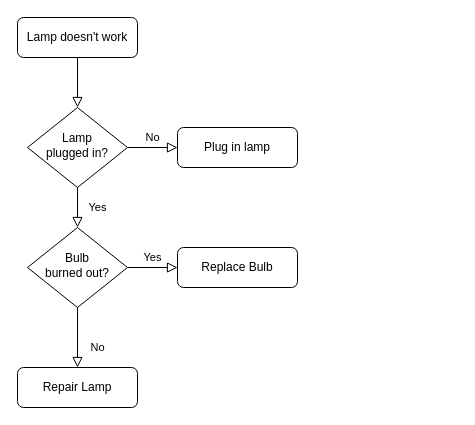
This is Untitled Diagram.drawio from JorgeCastillo3004/sports_extraction, a draw.io file, before an edit. Source tidied: cells renumbered, new cells numbered last; positions are measured from the earlier drawing's top-left corner, leaving out a move shared by most shapes. Both pictures are drawn from the tidied source at 100%, with x=0, y=0 at pixel (17, 17).
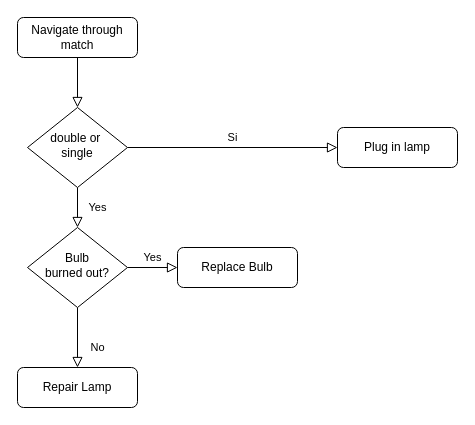
After the change.

The edit, as a diff of the source:
```diff
@@
 <mxGraphModel>
   <root>
     <mxCell id="0" />
     <mxCell id="1" parent="0" />
     <mxCell id="2" style="rounded=0;html=1;jettySize=auto;fontSize=11;endArrow=block;endFill=0;endSize=8;strokeWidth=1;shadow=0;labelBackgroundColor=none;edgeStyle=orthogonalEdgeStyle;" parent="1" edge="1" source="3" target="6">
       <mxGeometry relative="1" as="geometry" />
     </mxCell>
-    <mxCell id="3" value="Lamp doesn't work" style="rounded=1;whiteSpace=wrap;html=1;fontSize=12;glass=0;strokeWidth=1;shadow=0;" parent="1" vertex="1">
+    <mxCell id="3" value="Navigate through match" style="rounded=1;whiteSpace=wrap;html=1;fontSize=12;glass=0;strokeWidth=1;shadow=0;" parent="1" vertex="1">
       <mxGeometry width="120" height="40" as="geometry" />
     </mxCell>
     <mxCell id="4" value="Yes" style="rounded=0;html=1;jettySize=auto;fontSize=11;endArrow=block;endFill=0;endSize=8;strokeWidth=1;shadow=0;labelBackgroundColor=none;edgeStyle=orthogonalEdgeStyle;" parent="1" edge="1" source="6" target="10">
       <mxGeometry y="20" relative="1" as="geometry" />
     </mxCell>
-    <mxCell id="5" value="No" style="edgeStyle=orthogonalEdgeStyle;rounded=0;html=1;jettySize=auto;fontSize=11;endArrow=block;endFill=0;endSize=8;strokeWidth=1;shadow=0;labelBackgroundColor=none;" parent="1" edge="1" source="6" target="7">
+    <mxCell id="5" value="Si" style="edgeStyle=orthogonalEdgeStyle;rounded=0;html=1;jettySize=auto;fontSize=11;endArrow=block;endFill=0;endSize=8;strokeWidth=1;shadow=0;labelBackgroundColor=none;" parent="1" edge="1" source="6" target="7">
       <mxGeometry y="10" relative="1" as="geometry" />
     </mxCell>
-    <mxCell id="6" value="Lamp&lt;br&gt;plugged in?" style="rhombus;whiteSpace=wrap;html=1;shadow=0;fontFamily=Helvetica;fontSize=12;align=center;strokeWidth=1;spacing=6;spacingTop=-4;" parent="1" vertex="1">
+    <mxCell id="6" value="&lt;div&gt;double or&amp;nbsp;&lt;/div&gt;&lt;div&gt;single&lt;/div&gt;" style="rhombus;whiteSpace=wrap;html=1;shadow=0;fontFamily=Helvetica;fontSize=12;align=center;strokeWidth=1;spacing=6;spacingTop=-4;" parent="1" vertex="1">
       <mxGeometry x="10" y="90" width="100" height="80" as="geometry" />
     </mxCell>
     <mxCell id="7" value="Plug in lamp" style="rounded=1;whiteSpace=wrap;html=1;fontSize=12;glass=0;strokeWidth=1;shadow=0;" parent="1" vertex="1">
-      <mxGeometry x="160" y="110" width="120" height="40" as="geometry" />
+      <mxGeometry x="320" y="110" width="120" height="40" as="geometry" />
     </mxCell>
     <mxCell id="8" value="No" style="rounded=0;html=1;jettySize=auto;fontSize=11;endArrow=block;endFill=0;endSize=8;strokeWidth=1;shadow=0;labelBackgroundColor=none;edgeStyle=orthogonalEdgeStyle;" parent="1" edge="1" source="10" target="11">
       <mxGeometry x="0.33" y="20" relative="1" as="geometry" />
     </mxCell>
     <mxCell id="9" value="Yes" style="edgeStyle=orthogonalEdgeStyle;rounded=0;html=1;jettySize=auto;fontSize=11;endArrow=block;endFill=0;endSize=8;strokeWidth=1;shadow=0;labelBackgroundColor=none;" parent="1" edge="1" source="10" target="12">
       <mxGeometry y="10" relative="1" as="geometry" />
     </mxCell>
     <mxCell id="10" value="Bulb&lt;br&gt;burned out?" style="rhombus;whiteSpace=wrap;html=1;shadow=0;fontFamily=Helvetica;fontSize=12;align=center;strokeWidth=1;spacing=6;spacingTop=-4;" parent="1" vertex="1">
       <mxGeometry x="10" y="210" width="100" height="80" as="geometry" />
     </mxCell>
     <mxCell id="11" value="Repair Lamp" style="rounded=1;whiteSpace=wrap;html=1;fontSize=12;glass=0;strokeWidth=1;shadow=0;" parent="1" vertex="1">
       <mxGeometry y="350" width="120" height="40" as="geometry" />
     </mxCell>
     <mxCell id="12" value="Replace Bulb" style="rounded=1;whiteSpace=wrap;html=1;fontSize=12;glass=0;strokeWidth=1;shadow=0;" parent="1" vertex="1">
       <mxGeometry x="160" y="230" width="120" height="40" as="geometry" />
     </mxCell>
   </root>
 </mxGraphModel>
```
